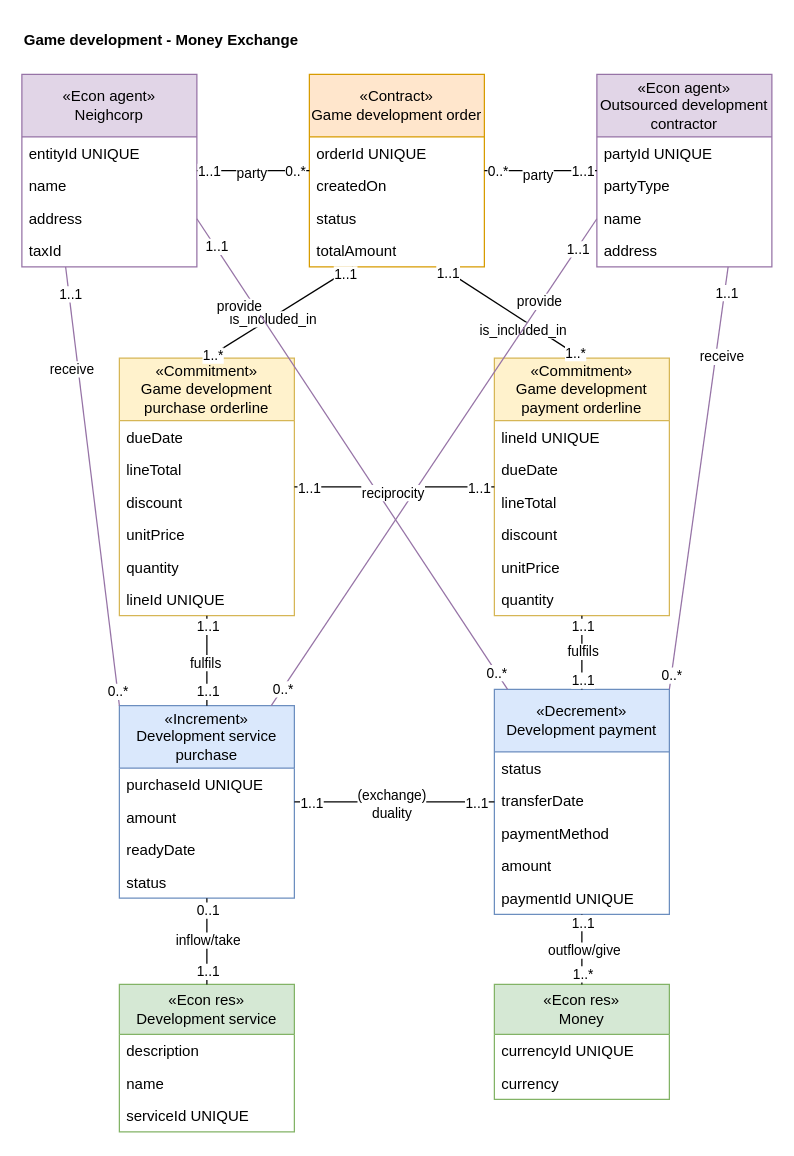
Earlier version of the draw.io diagram page "Game Development Exchange" (4 of 9) of media/IS1_Project_REA.drawio (tudwiglemmel/Neigh-Corp---Golden-Meadows). Source tidied: cells renumbered, new cells numbered last; positions are measured from the earlier drawing's top-left corner, leaving out a move shared by most shapes. Both pictures are drawn from the tidied source at 125%, with x=0, y=0 at pixel (21, 21).
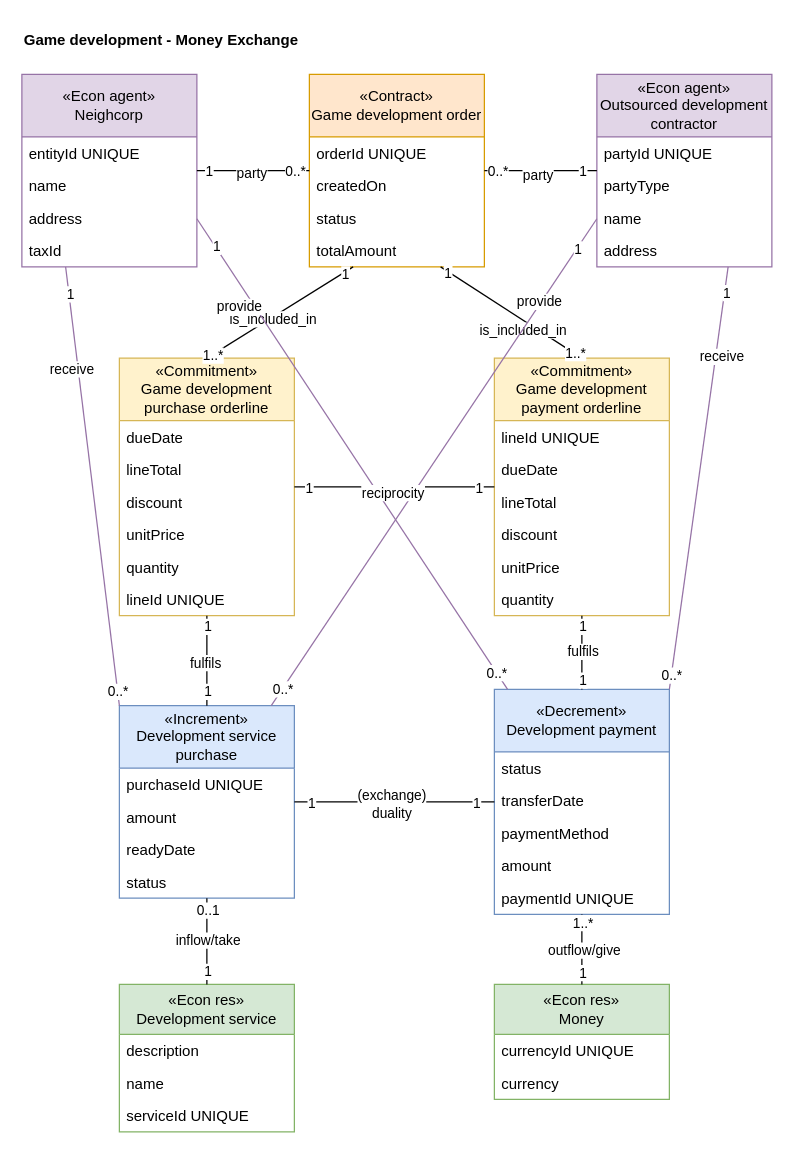
The same diagram, later.

Unchanged cells that the change refers to:
```xml
<mxCell id="17" style="endArrow=none;html=1;rounded=0;" parent="1" edge="1" source="12" target="2">
  <mxGeometry relative="1" as="geometry" />
</mxCell>
<mxCell id="21" style="endArrow=none;html=1;rounded=0;" parent="1" edge="1" source="12" target="7">
  <mxGeometry relative="1" as="geometry" />
</mxCell>
<mxCell id="39" style="endArrow=none;html=1;rounded=0;exitX=0.5;exitY=0;exitDx=0;exitDy=0;entryX=0.25;entryY=1;entryDx=0;entryDy=0;" parent="1" edge="1" source="25" target="12">
  <mxGeometry relative="1" as="geometry" />
</mxCell>
<mxCell id="43" style="endArrow=none;html=1;rounded=0;exitX=0.75;exitY=1;exitDx=0;exitDy=0;entryX=0.5;entryY=0;entryDx=0;entryDy=0;" parent="1" edge="1" source="12" target="32">
  <mxGeometry relative="1" as="geometry" />
</mxCell>
<mxCell id="58" style="endArrow=none;html=1;rounded=0;exitX=0.5;exitY=0;exitDx=0;exitDy=0;" parent="1" edge="1" source="47" target="25">
  <mxGeometry relative="1" as="geometry" />
</mxCell>
<mxCell id="62" style="endArrow=none;html=1;rounded=0;exitX=0.5;exitY=0;exitDx=0;exitDy=0;" parent="1" edge="1" source="52" target="32">
  <mxGeometry relative="1" as="geometry" />
</mxCell>
<mxCell id="73" style="endArrow=none;html=1;rounded=0;exitX=0.5;exitY=0;exitDx=0;exitDy=0;entryX=0.5;entryY=1;entryDx=0;entryDy=0;" parent="1" edge="1" source="66" target="47">
  <mxGeometry relative="1" as="geometry" />
</mxCell>
<mxCell id="77" style="endArrow=none;html=1;rounded=0;exitX=0.5;exitY=0;exitDx=0;exitDy=0;entryX=0.5;entryY=1;entryDx=0;entryDy=0;" parent="1" edge="1" source="70" target="52">
  <mxGeometry relative="1" as="geometry" />
</mxCell>
<mxCell id="81" style="endArrow=none;html=1;rounded=0;exitX=1;exitY=0.5;exitDx=0;exitDy=0;entryX=0;entryY=0.5;entryDx=0;entryDy=0;" parent="1" edge="1" source="47" target="52">
  <mxGeometry relative="1" as="geometry" />
</mxCell>
<mxCell id="85" style="endArrow=none;html=1;rounded=0;entryX=1;entryY=0.75;entryDx=0;entryDy=0;fillColor=#e1d5e7;strokeColor=#9673a6;" parent="1" edge="1" source="52" target="2">
  <mxGeometry relative="1" as="geometry" />
</mxCell>
<mxCell id="89" value="receive" style="endArrow=none;html=1;rounded=0;exitX=1;exitY=0;exitDx=0;exitDy=0;entryX=0.75;entryY=1;entryDx=0;entryDy=0;fillColor=#e1d5e7;strokeColor=#9673a6;" parent="1" edge="1" source="52" target="7">
  <mxGeometry x="0.57" y="-5" relative="1" as="geometry">
    <mxPoint y="-1" as="offset" />
  </mxGeometry>
</mxCell>
<mxCell id="92" style="endArrow=none;html=1;rounded=0;entryX=0;entryY=0.75;entryDx=0;entryDy=0;fillColor=#e1d5e7;strokeColor=#9673a6;" parent="1" edge="1" source="47" target="7">
  <mxGeometry relative="1" as="geometry" />
</mxCell>
<mxCell id="96" style="endArrow=none;html=1;rounded=0;exitX=0;exitY=0;exitDx=0;exitDy=0;entryX=0.25;entryY=1;entryDx=0;entryDy=0;fillColor=#e1d5e7;strokeColor=#9673a6;" parent="1" edge="1" source="47" target="2">
  <mxGeometry relative="1" as="geometry" />
</mxCell>
<mxCell id="100" style="endArrow=none;html=1;rounded=0;exitX=1;exitY=0.5;exitDx=0;exitDy=0;entryX=0;entryY=0.5;entryDx=0;entryDy=0;" parent="1" edge="1" source="25" target="32">
  <mxGeometry relative="1" as="geometry" />
</mxCell>
```

Change to the diagram source:
```diff
@@
-    <mxCell id="19" value="1..1" style="edgeLabel;html=1;align=center;verticalAlign=middle;" parent="17" vertex="1">
+    <mxCell id="19" value="1" style="edgeLabel;html=1;align=center;verticalAlign=middle;" parent="17" vertex="1">
       <mxGeometry x="0.81" relative="1" as="geometry" />
     </mxCell>
@@
-    <mxCell id="24" value="1..1" style="edgeLabel;html=1;align=center;verticalAlign=middle;" parent="21" vertex="1">
+    <mxCell id="24" value="1" style="edgeLabel;html=1;align=center;verticalAlign=middle;" parent="21" vertex="1">
       <mxGeometry x="0.74" relative="1" as="geometry" />
     </mxCell>
@@
-    <mxCell id="41" value="1..1" style="edgeLabel;html=1;align=center;verticalAlign=middle;" parent="39" vertex="1">
+    <mxCell id="41" value="1" style="edgeLabel;html=1;align=center;verticalAlign=middle;" parent="39" vertex="1">
       <mxGeometry x="0.88" y="-1" relative="1" as="geometry" />
     </mxCell>
@@
-    <mxCell id="46" value="1..1" style="edgeLabel;html=1;align=center;verticalAlign=middle;" parent="43" vertex="1">
+    <mxCell id="46" value="1" style="edgeLabel;html=1;align=center;verticalAlign=middle;" parent="43" vertex="1">
       <mxGeometry x="-0.9" y="-1" relative="1" as="geometry" />
     </mxCell>
@@
-    <mxCell id="60" value="1..1" style="edgeLabel;html=1;align=center;verticalAlign=middle;" parent="58" vertex="1">
+    <mxCell id="60" value="1" style="edgeLabel;html=1;align=center;verticalAlign=middle;" parent="58" vertex="1">
       <mxGeometry x="0.77" relative="1" as="geometry" />
     </mxCell>
-    <mxCell id="61" value="1..1" style="edgeLabel;html=1;align=center;verticalAlign=middle;" parent="58" vertex="1">
+    <mxCell id="61" value="1" style="edgeLabel;html=1;align=center;verticalAlign=middle;" parent="58" vertex="1">
       <mxGeometry x="-0.67" relative="1" as="geometry" />
     </mxCell>
@@
-    <mxCell id="64" value="1..1" style="edgeLabel;html=1;align=center;verticalAlign=middle;" parent="62" vertex="1">
+    <mxCell id="64" value="1" style="edgeLabel;html=1;align=center;verticalAlign=middle;" parent="62" vertex="1">
       <mxGeometry x="0.74" relative="1" as="geometry" />
     </mxCell>
-    <mxCell id="65" value="1..1" style="edgeLabel;html=1;align=center;verticalAlign=middle;" parent="62" vertex="1">
+    <mxCell id="65" value="1" style="edgeLabel;html=1;align=center;verticalAlign=middle;" parent="62" vertex="1">
       <mxGeometry x="-0.73" relative="1" as="geometry" />
     </mxCell>
@@
-    <mxCell id="76" value="1..1" style="edgeLabel;html=1;align=center;verticalAlign=middle;" parent="73" vertex="1">
+    <mxCell id="76" value="1" style="edgeLabel;html=1;align=center;verticalAlign=middle;" parent="73" vertex="1">
       <mxGeometry x="-0.78" relative="1" as="geometry">
         <mxPoint y="-3" as="offset" />
       </mxGeometry>
     </mxCell>
@@
-    <mxCell id="79" value="1..1" style="edgeLabel;html=1;align=center;verticalAlign=middle;" parent="77" vertex="1">
-      <mxGeometry x="0.79" relative="1" as="geometry" />
+    <mxCell id="79" value="1" style="edgeLabel;html=1;align=center;verticalAlign=middle;" parent="77" vertex="1">
+      <mxGeometry x="0.79" relative="1" as="geometry">
+        <mxPoint y="40" as="offset" />
+      </mxGeometry>
     </mxCell>
     <mxCell id="80" value="1..*" style="edgeLabel;html=1;align=center;verticalAlign=middle;" parent="77" vertex="1">
-      <mxGeometry x="-0.68" relative="1" as="geometry" />
+      <mxGeometry x="-0.68" relative="1" as="geometry">
+        <mxPoint y="-41" as="offset" />
+      </mxGeometry>
     </mxCell>
@@
-    <mxCell id="83" value="1..1" style="edgeLabel;html=1;align=center;verticalAlign=middle;" parent="81" vertex="1">
+    <mxCell id="83" value="1" style="edgeLabel;html=1;align=center;verticalAlign=middle;" parent="81" vertex="1">
       <mxGeometry x="-0.84" relative="1" as="geometry" />
     </mxCell>
-    <mxCell id="84" value="1..1" style="edgeLabel;html=1;align=center;verticalAlign=middle;" parent="81" vertex="1">
+    <mxCell id="84" value="1" style="edgeLabel;html=1;align=center;verticalAlign=middle;" parent="81" vertex="1">
       <mxGeometry x="0.81" relative="1" as="geometry" />
     </mxCell>
@@
-    <mxCell id="87" value="1..1" style="edgeLabel;html=1;align=center;verticalAlign=middle;" parent="85" vertex="1">
+    <mxCell id="87" value="1" style="edgeLabel;html=1;align=center;verticalAlign=middle;" parent="85" vertex="1">
       <mxGeometry x="0.88" y="-1" relative="1" as="geometry" />
     </mxCell>
@@
-    <mxCell id="90" value="1..1" style="edgeLabel;html=1;align=center;verticalAlign=middle;" parent="89" vertex="1">
+    <mxCell id="90" value="1" style="edgeLabel;html=1;align=center;verticalAlign=middle;" parent="89" vertex="1">
       <mxGeometry x="0.88" y="-1" relative="1" as="geometry" />
     </mxCell>
@@
-    <mxCell id="94" value="1..1" style="edgeLabel;html=1;align=center;verticalAlign=middle;" parent="92" vertex="1">
+    <mxCell id="94" value="1" style="edgeLabel;html=1;align=center;verticalAlign=middle;" parent="92" vertex="1">
       <mxGeometry x="0.88" y="-1" relative="1" as="geometry" />
     </mxCell>
@@
-    <mxCell id="98" value="1..1" style="edgeLabel;html=1;align=center;verticalAlign=middle;" parent="96" vertex="1">
+    <mxCell id="98" value="1" style="edgeLabel;html=1;align=center;verticalAlign=middle;" parent="96" vertex="1">
       <mxGeometry x="0.88" y="-1" relative="1" as="geometry" />
     </mxCell>
@@
-    <mxCell id="102" value="1..1" style="edgeLabel;html=1;align=center;verticalAlign=middle;" parent="100" vertex="1">
+    <mxCell id="102" value="1" style="edgeLabel;html=1;align=center;verticalAlign=middle;" parent="100" vertex="1">
       <mxGeometry x="-0.86" relative="1" as="geometry" />
     </mxCell>
-    <mxCell id="103" value="1..1" style="edgeLabel;html=1;align=center;verticalAlign=middle;" parent="100" vertex="1">
+    <mxCell id="103" value="1" style="edgeLabel;html=1;align=center;verticalAlign=middle;" parent="100" vertex="1">
       <mxGeometry x="0.84" relative="1" as="geometry" />
     </mxCell>
```
